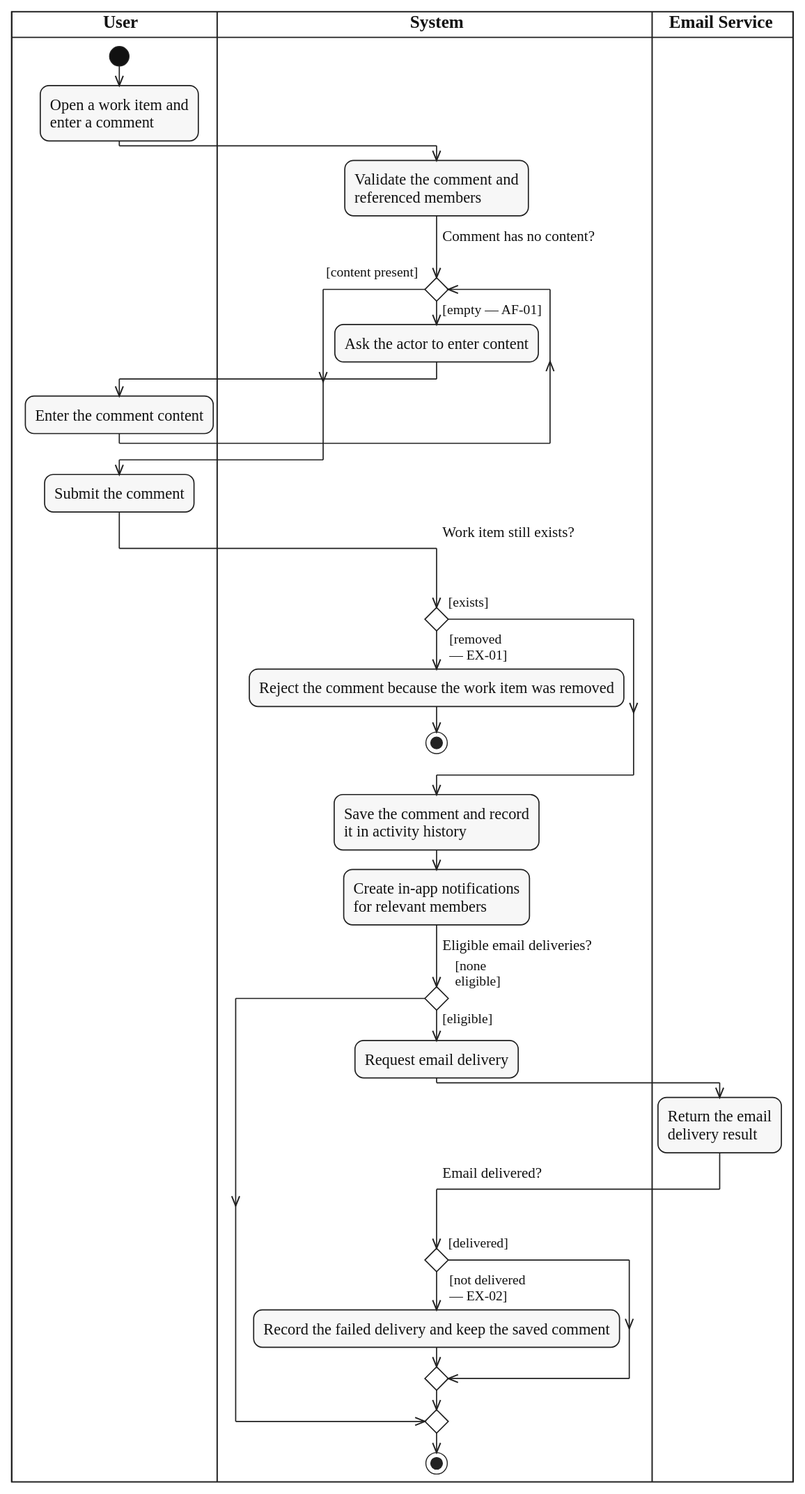
The PlantUML diagram diagrams/activity/collaboration-notification/svg/UC-WORK-ITEM-COMMENT.svg in lukenab/swd392-doc-automation, before a commit. Its source is kept beside it as diagrams/activity/collaboration-notification/source/UC-WORK-ITEM-COMMENT.puml.
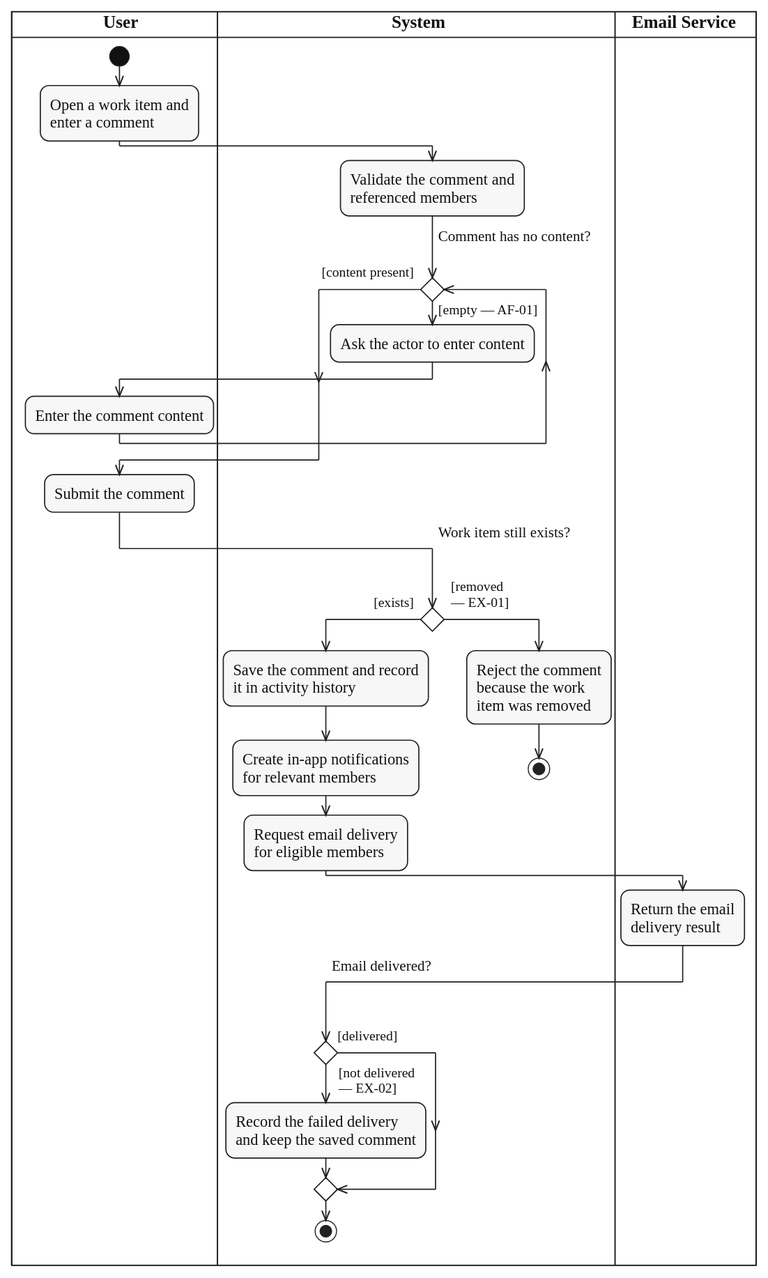
After the commit.

Commit message:
fix(activity): fix guard placement and A4 legibility of UC-28 Comment on Work Item

The '[none eligible]' label sat on the wrong side of its edge. NF5 is now
drawn as the YAML states it, EX-01 leaves sideways, and the guard text
grows from 5.3 pt to about 6.2 pt on A4.

What changed in the source:
```diff
@@ -21,25 +21,26 @@
 :Submit the comment;
 |SYS|
 if ($question_x("Work item still exists?")) then ($guard_left("[exists]"))
-else ($guard_right("[removed", "— EX-01]"))
-  :Reject the comment because the work item was removed;
-  stop
-endif
-:Save the comment and record
-it in activity history;
-:Create in-app notifications
-for relevant members;
-if ($question("Eligible email deliveries?")) then ($guard_left("[eligible]"))
-  :Request email delivery;
+  :Save the comment and record
+  it in activity history;
+  :Create in-app notifications
+  for relevant members;
+  :Request email delivery
+  for eligible members;
   |EML|
   :Return the email
   delivery result;
   |SYS|
   if ($question_x("Email delivered?")) then ($guard_left("[delivered]"))
   else ($guard_right("[not delivered", "— EX-02]"))
-    :Record the failed delivery and keep the saved comment;
+    :Record the failed delivery
+    and keep the saved comment;
   endif
-else ($guard_right("[none", "eligible]"))
+  stop
+else ($guard_right("[removed", "— EX-01]"))
+  :Reject the comment
+  because the work
+  item was removed;
+  stop
 endif
-stop
 @enduml
```
